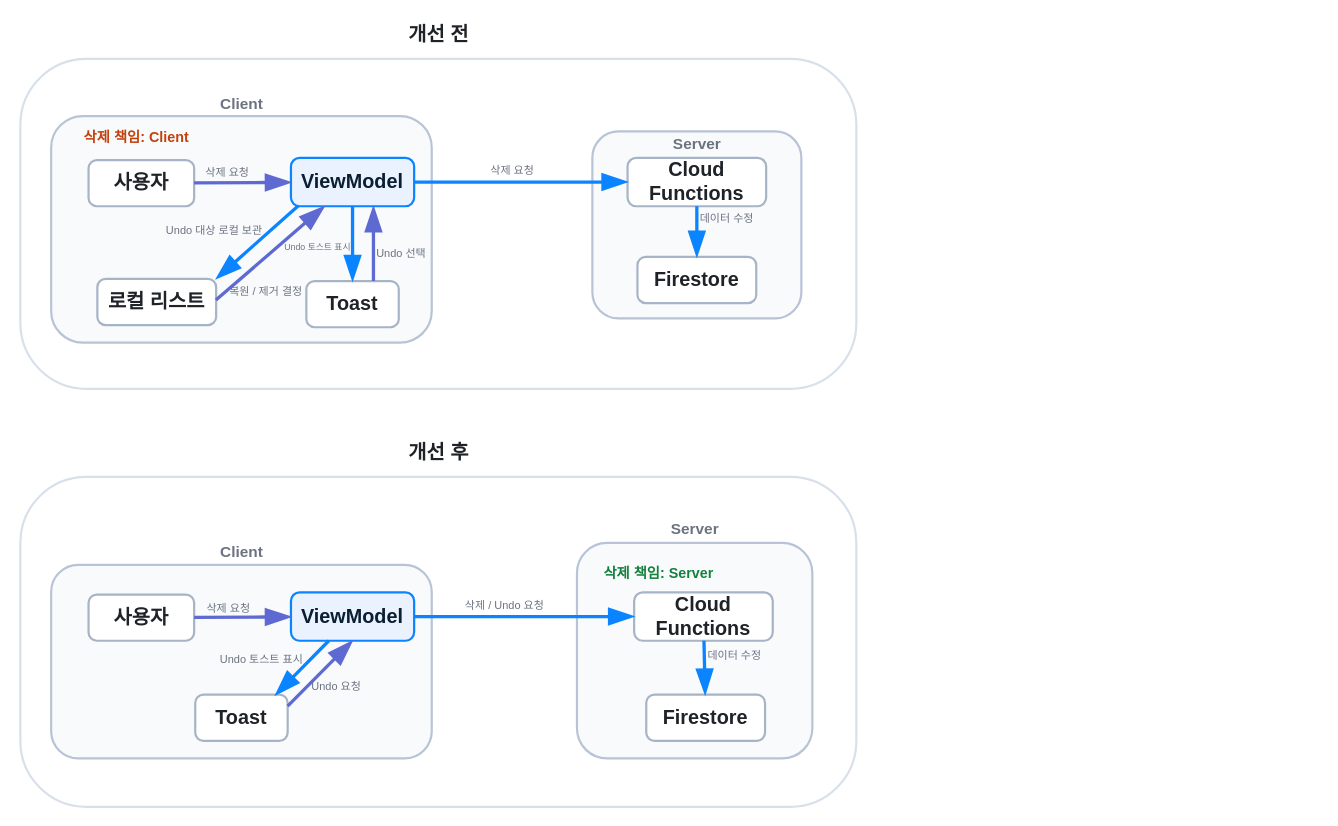
Before: page "Delete Undo Flow" (2 of 7) of docs/DevLog.drawio in opficdev/DevLog_iOS, a draw.io diagram. Source tidied: cells renumbered, new cells numbered last; positions are measured from the earlier drawing's top-left corner, leaving out a move shared by most shapes. Both pictures are drawn from the tidied source at 110%, with x=0, y=0 at pixel (20, 19).
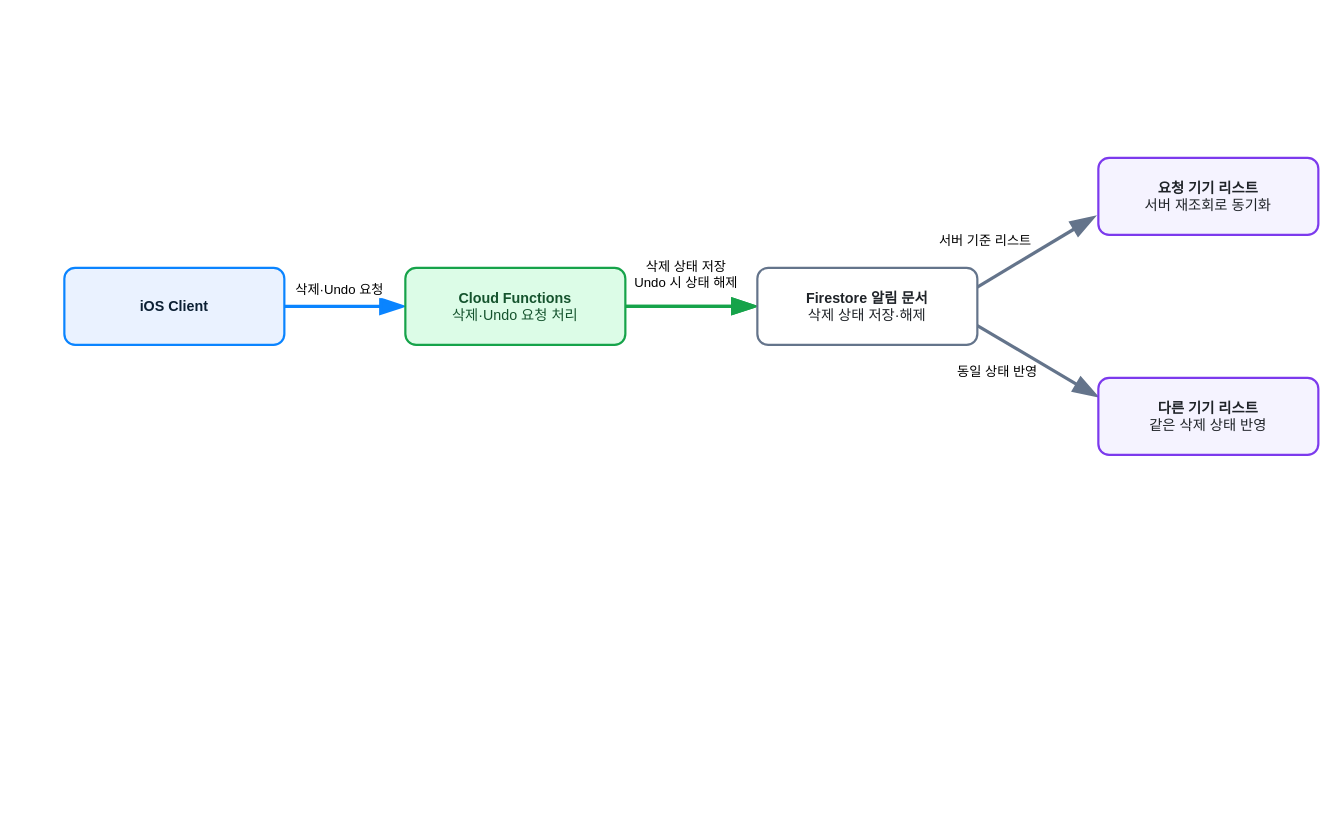
The same diagram, later.

Change to the diagram source:
```diff
@@
-<mxGraphModel>
+<mxGraphModel background="#ffffff">
@@
-    <mxCell id="2" value="개선 전" style="text;html=1;strokeColor=none;fillColor=none;align=center;verticalAlign=middle;fontSize=18;fontStyle=1;fontColor=#1F2328;" parent="1" vertex="1">
-      <mxGeometry x="320" width="120" height="28" as="geometry" />
-    </mxCell>
-    <mxCell id="3" style="rounded=1;arcSize=20;whiteSpace=wrap;html=1;fillColor=#FFFFFF;strokeColor=#D8E0EA;strokeWidth=2;" parent="1" vertex="1">
-      <mxGeometry y="36" width="760" height="300" as="geometry" />
-    </mxCell>
-    <mxCell id="4" style="rounded=1;arcSize=14;whiteSpace=wrap;html=1;fillColor=#F8FAFC;strokeColor=#B8C4D6;strokeWidth=2;" parent="1" vertex="1">
-      <mxGeometry x="28" y="88" width="346" height="206" as="geometry" />
-    </mxCell>
-    <mxCell id="5" style="rounded=1;arcSize=14;whiteSpace=wrap;html=1;fillColor=#F8FAFC;strokeColor=#B8C4D6;strokeWidth=2;" parent="1" vertex="1">
-      <mxGeometry x="520" y="102" width="190" height="170" as="geometry" />
-    </mxCell>
-    <mxCell id="6" value="Client" style="text;html=1;strokeColor=none;fillColor=none;align=center;verticalAlign=middle;fontSize=14;fontStyle=1;fontColor=#6B7280;" parent="1" vertex="1">
-      <mxGeometry x="161" y="66" width="80" height="22" as="geometry" />
-    </mxCell>
-    <mxCell id="7" value="Server" style="text;html=1;strokeColor=none;fillColor=none;align=center;verticalAlign=middle;fontSize=14;fontStyle=1;fontColor=#6B7280;" parent="1" vertex="1">
-      <mxGeometry x="575" y="102" width="80" height="22" as="geometry" />
-    </mxCell>
-    <mxCell id="8" value="삭제 책임: Client" style="text;html=1;strokeColor=none;fillColor=none;align=left;verticalAlign=middle;fontSize=13;fontStyle=1;fontColor=#C2410C;" parent="1" vertex="1">
-      <mxGeometry x="56" y="96" width="120" height="22" as="geometry" />
-    </mxCell>
-    <mxCell id="9" value="사용자" style="rounded=1;arcSize=18;whiteSpace=wrap;html=1;fillColor=#FFFFFF;strokeColor=#A7B4C6;strokeWidth=2;fontColor=#1F2328;fontStyle=1;fontSize=18;" parent="1" vertex="1">
-      <mxGeometry x="62" y="128" width="96" height="42" as="geometry" />
-    </mxCell>
-    <mxCell id="10" value="ViewModel" style="rounded=1;arcSize=18;whiteSpace=wrap;html=1;fillColor=#EAF2FF;strokeColor=#0A84FF;strokeWidth=2;fontColor=#0B1F33;fontStyle=1;fontSize=18;" parent="1" vertex="1">
-      <mxGeometry x="246" y="126" width="112" height="44" as="geometry" />
-    </mxCell>
-    <mxCell id="11" value="Toast" style="rounded=1;arcSize=18;whiteSpace=wrap;html=1;fillColor=#FFFFFF;strokeColor=#A7B4C6;strokeWidth=2;fontColor=#1F2328;fontStyle=1;fontSize=18;" parent="1" vertex="1">
-      <mxGeometry x="260" y="238" width="84" height="42" as="geometry" />
-    </mxCell>
-    <mxCell id="12" value="로컬 리스트" style="rounded=1;arcSize=18;whiteSpace=wrap;html=1;fillColor=#FFFFFF;strokeColor=#A7B4C6;strokeWidth=2;fontColor=#1F2328;fontStyle=1;fontSize=18;" parent="1" vertex="1">
-      <mxGeometry x="70" y="236" width="108" height="42" as="geometry" />
-    </mxCell>
-    <mxCell id="13" value="Cloud Functions" style="rounded=1;arcSize=18;whiteSpace=wrap;html=1;fillColor=#FFFFFF;strokeColor=#A7B4C6;strokeWidth=2;fontColor=#1F2328;fontStyle=1;fontSize=18;" parent="1" vertex="1">
-      <mxGeometry x="552" y="126" width="126" height="44" as="geometry" />
-    </mxCell>
-    <mxCell id="14" value="Firestore" style="rounded=1;arcSize=18;whiteSpace=wrap;html=1;fillColor=#FFFFFF;strokeColor=#A7B4C6;strokeWidth=2;fontColor=#1F2328;fontStyle=1;fontSize=18;" parent="1" vertex="1">
-      <mxGeometry x="561" y="216" width="108" height="42" as="geometry" />
-    </mxCell>
-    <mxCell id="15" value="삭제 요청" style="text;html=1;strokeColor=none;fillColor=none;align=center;verticalAlign=middle;fontSize=10;fontColor=#6B7280;" parent="1" vertex="1">
-      <mxGeometry x="147" y="128" width="82" height="22" as="geometry" />
-    </mxCell>
-    <mxCell id="16" value="Undo 토스트 표시" style="text;html=1;strokeColor=none;fillColor=none;align=center;verticalAlign=middle;fontSize=8;fontColor=#6B7280;" parent="1" vertex="1">
-      <mxGeometry x="218" y="196" width="104" height="22" as="geometry" />
-    </mxCell>
-    <mxCell id="17" value="Undo 대상 로컬 보관" style="text;html=1;strokeColor=none;fillColor=none;align=center;verticalAlign=middle;fontSize=10;fontColor=#6B7280;" parent="1" vertex="1">
-      <mxGeometry x="134" y="181" width="84" height="22" as="geometry" />
-    </mxCell>
-    <mxCell id="18" value="Undo 선택" style="text;html=1;strokeColor=none;fillColor=none;align=center;verticalAlign=middle;fontSize=10;fontColor=#6B7280;" parent="1" vertex="1">
-      <mxGeometry x="305" y="202" width="82" height="22" as="geometry" />
-    </mxCell>
-    <mxCell id="19" value="복원 / 제거 결정" style="text;html=1;strokeColor=none;fillColor=none;align=center;verticalAlign=middle;fontSize=10;fontColor=#6B7280;" parent="1" vertex="1">
-      <mxGeometry x="164" y="236" width="118" height="22" as="geometry" />
-    </mxCell>
-    <mxCell id="20" value="삭제 요청" style="text;html=1;strokeColor=none;fillColor=none;align=center;verticalAlign=middle;fontSize=10;fontColor=#6B7280;" parent="1" vertex="1">
-      <mxGeometry x="397" y="126" width="100" height="22" as="geometry" />
-    </mxCell>
-    <mxCell id="21" value="데이터 수정" style="text;html=1;strokeColor=none;fillColor=none;align=center;verticalAlign=middle;fontSize=10;fontColor=#6B7280;" parent="1" vertex="1">
-      <mxGeometry x="609" y="170" width="66" height="22" as="geometry" />
-    </mxCell>
-    <mxCell id="22" style="endArrow=blockThin;endFill=1;endSize=16;html=1;rounded=1;strokeColor=#5E6AD2;strokeWidth=3;" parent="1" edge="1" source="9" target="10">
-      <mxGeometry relative="1" as="geometry" />
-    </mxCell>
-    <mxCell id="23" style="endArrow=blockThin;endFill=1;endSize=16;html=1;rounded=1;strokeColor=#0A84FF;strokeWidth=3;" parent="1" edge="1" source="10" target="11">
-      <mxGeometry relative="1" as="geometry" />
-    </mxCell>
-    <mxCell id="24" style="endArrow=blockThin;endFill=1;endSize=16;html=1;rounded=1;strokeColor=#0A84FF;strokeWidth=3;exitX=0.06;exitY=0.988;exitDx=0;exitDy=0;exitPerimeter=0;entryX=1;entryY=0;entryDx=0;entryDy=0;" parent="1" edge="1" source="10" target="12">
-      <mxGeometry relative="1" as="geometry" />
-    </mxCell>
-    <mxCell id="25" style="endArrow=blockThin;endFill=1;endSize=16;html=1;rounded=1;strokeColor=#5E6AD2;strokeWidth=3;" parent="1" edge="1">
-      <mxGeometry relative="1" as="geometry">
-        <mxPoint x="321" y="238" as="sourcePoint" />
-        <mxPoint x="321" y="170" as="targetPoint" />
-      </mxGeometry>
-    </mxCell>
-    <mxCell id="26" style="curved=1;endArrow=blockThin;endFill=1;endSize=16;html=1;rounded=1;strokeColor=#5E6AD2;strokeWidth=3;exitX=0.998;exitY=0.46;exitDx=0;exitDy=0;exitPerimeter=0;" parent="1" edge="1" source="12" target="10">
-      <mxGeometry relative="1" as="geometry" />
-    </mxCell>
-    <mxCell id="27" style="endArrow=blockThin;endFill=1;endSize=16;html=1;rounded=1;strokeColor=#0A84FF;strokeWidth=3;" parent="1" edge="1" source="10" target="13">
-      <mxGeometry relative="1" as="geometry" />
-    </mxCell>
-    <mxCell id="28" style="endArrow=blockThin;endFill=1;endSize=16;html=1;rounded=1;strokeColor=#0A84FF;strokeWidth=3;" parent="1" edge="1" source="13" target="14">
-      <mxGeometry relative="1" as="geometry" />
-    </mxCell>
-    <mxCell id="29" value="개선 후" style="text;html=1;strokeColor=none;fillColor=none;align=center;verticalAlign=middle;fontSize=18;fontStyle=1;fontColor=#1F2328;" parent="1" vertex="1">
-      <mxGeometry x="325" y="380" width="110" height="28" as="geometry" />
-    </mxCell>
-    <mxCell id="30" style="rounded=1;arcSize=20;whiteSpace=wrap;html=1;fillColor=#FFFFFF;strokeColor=#D8E0EA;strokeWidth=2;" parent="1" vertex="1">
-      <mxGeometry y="416" width="760" height="300" as="geometry" />
-    </mxCell>
-    <mxCell id="31" style="rounded=1;arcSize=14;whiteSpace=wrap;html=1;fillColor=#F8FAFC;strokeColor=#B8C4D6;strokeWidth=2;" parent="1" vertex="1">
-      <mxGeometry x="28" y="496" width="346" height="176" as="geometry" />
-    </mxCell>
-    <mxCell id="32" style="rounded=1;arcSize=14;whiteSpace=wrap;html=1;fillColor=#F8FAFC;strokeColor=#B8C4D6;strokeWidth=2;" parent="1" vertex="1">
-      <mxGeometry x="506" y="476" width="214" height="196" as="geometry" />
-    </mxCell>
-    <mxCell id="33" value="Client" style="text;html=1;strokeColor=none;fillColor=none;align=center;verticalAlign=middle;fontSize=14;fontStyle=1;fontColor=#6B7280;" parent="1" vertex="1">
-      <mxGeometry x="161" y="473" width="80" height="22" as="geometry" />
-    </mxCell>
-    <mxCell id="34" value="Server" style="text;html=1;strokeColor=none;fillColor=none;align=center;verticalAlign=middle;fontSize=14;fontStyle=1;fontColor=#6B7280;" parent="1" vertex="1">
-      <mxGeometry x="573" y="452" width="80" height="22" as="geometry" />
-    </mxCell>
-    <mxCell id="35" value="삭제 책임: Server" style="text;html=1;strokeColor=none;fillColor=none;align=center;verticalAlign=middle;fontSize=13;fontStyle=1;fontColor=#15803D;" parent="1" vertex="1">
-      <mxGeometry x="520" y="492" width="120" height="22" as="geometry" />
-    </mxCell>
-    <mxCell id="36" value="사용자" style="rounded=1;arcSize=18;whiteSpace=wrap;html=1;fillColor=#FFFFFF;strokeColor=#A7B4C6;strokeWidth=2;fontColor=#1F2328;fontStyle=1;fontSize=18;" parent="1" vertex="1">
-      <mxGeometry x="62" y="523" width="96" height="42" as="geometry" />
-    </mxCell>
-    <mxCell id="37" value="ViewModel" style="rounded=1;arcSize=18;whiteSpace=wrap;html=1;fillColor=#EAF2FF;strokeColor=#0A84FF;strokeWidth=2;fontColor=#0B1F33;fontStyle=1;fontSize=18;" parent="1" vertex="1">
-      <mxGeometry x="246" y="521" width="112" height="44" as="geometry" />
-    </mxCell>
-    <mxCell id="38" value="Toast" style="rounded=1;arcSize=18;whiteSpace=wrap;html=1;fillColor=#FFFFFF;strokeColor=#A7B4C6;strokeWidth=2;fontColor=#1F2328;fontStyle=1;fontSize=18;" parent="1" vertex="1">
-      <mxGeometry x="159" y="614" width="84" height="42" as="geometry" />
-    </mxCell>
-    <mxCell id="39" value="Cloud Functions" style="rounded=1;arcSize=18;whiteSpace=wrap;html=1;fillColor=#FFFFFF;strokeColor=#A7B4C6;strokeWidth=2;fontColor=#1F2328;fontStyle=1;fontSize=18;" parent="1" vertex="1">
-      <mxGeometry x="558" y="521" width="126" height="44" as="geometry" />
-    </mxCell>
-    <mxCell id="40" value="Firestore" style="rounded=1;arcSize=18;whiteSpace=wrap;html=1;fillColor=#FFFFFF;strokeColor=#A7B4C6;strokeWidth=2;fontColor=#1F2328;fontStyle=1;fontSize=18;" parent="1" vertex="1">
-      <mxGeometry x="569" y="614" width="108" height="42" as="geometry" />
-    </mxCell>
-    <mxCell id="41" value="삭제 요청" style="text;html=1;strokeColor=none;fillColor=none;align=center;verticalAlign=middle;fontSize=10;fontColor=#6B7280;" parent="1" vertex="1">
-      <mxGeometry x="148" y="524" width="82" height="22" as="geometry" />
-    </mxCell>
-    <mxCell id="42" value="Undo 토스트 표시" style="text;html=1;strokeColor=none;fillColor=none;align=center;verticalAlign=middle;fontSize=10;fontColor=#6B7280;" parent="1" vertex="1">
-      <mxGeometry x="167" y="571" width="104" height="22" as="geometry" />
-    </mxCell>
-    <mxCell id="43" value="Undo 요청" style="text;html=1;strokeColor=none;fillColor=none;align=center;verticalAlign=middle;fontSize=10;fontColor=#6B7280;" parent="1" vertex="1">
-      <mxGeometry x="246" y="595" width="82" height="22" as="geometry" />
-    </mxCell>
-    <mxCell id="44" value="삭제 / Undo 요청" style="text;html=1;strokeColor=none;fillColor=none;align=center;verticalAlign=middle;fontSize=10;fontColor=#6B7280;" parent="1" vertex="1">
-      <mxGeometry x="390" y="522" width="100" height="22" as="geometry" />
-    </mxCell>
-    <mxCell id="45" value="데이터 수정" style="text;html=1;strokeColor=none;fillColor=none;align=center;verticalAlign=middle;fontSize=10;fontColor=#6B7280;" parent="1" vertex="1">
-      <mxGeometry x="575" y="567" width="148" height="22" as="geometry" />
-    </mxCell>
-    <mxCell id="46" style="endArrow=blockThin;endFill=1;endSize=16;html=1;rounded=1;strokeColor=#5E6AD2;strokeWidth=3;" parent="1" edge="1" source="36" target="37">
-      <mxGeometry relative="1" as="geometry" />
-    </mxCell>
-    <mxCell id="47" style="endArrow=blockThin;endFill=1;endSize=16;html=1;rounded=1;strokeColor=#0A84FF;strokeWidth=3;entryX=0.866;entryY=0.013;entryDx=0;entryDy=0;entryPerimeter=0;" parent="1" edge="1" source="37" target="38">
-      <mxGeometry relative="1" as="geometry" />
-    </mxCell>
-    <mxCell id="48" style="endArrow=blockThin;endFill=1;endSize=16;html=1;rounded=1;strokeColor=#5E6AD2;strokeWidth=3;entryX=0.5;entryY=1;entryDx=0;entryDy=0;exitX=1;exitY=0.25;exitDx=0;exitDy=0;" parent="1" edge="1" source="38" target="37">
-      <mxGeometry relative="1" as="geometry" />
-    </mxCell>
-    <mxCell id="49" style="endArrow=blockThin;endFill=1;endSize=16;html=1;rounded=1;strokeColor=#0A84FF;strokeWidth=3;" parent="1" edge="1" source="37" target="39">
-      <mxGeometry relative="1" as="geometry" />
-    </mxCell>
-    <mxCell id="50" style="endArrow=blockThin;endFill=1;endSize=16;html=1;rounded=1;strokeColor=#0A84FF;strokeWidth=3;" parent="1" edge="1" source="39" target="40">
-      <mxGeometry relative="1" as="geometry" />
-    </mxCell>
+    <mxCell id="51" value="&lt;b&gt;iOS Client&lt;/b&gt;" style="rounded=1;arcSize=14;whiteSpace=wrap;html=1;fillColor=#EAF2FF;strokeColor=#0A84FF;strokeWidth=2;fontColor=#0B1F33;fontSize=13;align=center;" parent="1" vertex="1">
+      <mxGeometry x="40" y="226" width="200" height="70" as="geometry" />
+    </mxCell>
+    <mxCell id="52" value="삭제·Undo 요청" style="endArrow=blockThin;endFill=1;endSize=16;html=1;rounded=1;strokeColor=#0A84FF;strokeWidth=3;labelBackgroundColor=#FFFFFF;fontSize=12;" parent="1" edge="1" source="51" target="57">
+      <mxGeometry x="-0.09" y="15" relative="1" as="geometry" />
+    </mxCell>
+    <mxCell id="53" value="삭제 상태 저장&lt;div&gt;Undo 시 상태 해제&lt;/div&gt;" style="endArrow=blockThin;endFill=1;endSize=16;html=1;rounded=1;strokeColor=#16A34A;strokeWidth=3;labelBackgroundColor=#FFFFFF;fontSize=12;" parent="1" edge="1" source="57" target="58">
+      <mxGeometry x="-0.09" y="29" relative="1" as="geometry" />
+    </mxCell>
+    <mxCell id="54" style="endArrow=blockThin;endFill=1;endSize=16;html=1;rounded=1;strokeColor=#16A34A;strokeWidth=3;labelBackgroundColor=#FFFFFF;fontSize=12;entryX=0;entryY=0.5;entryDx=0;entryDy=0;" parent="1" edge="1" source="57" target="58">
+      <mxGeometry x="0.09" y="9" relative="1" as="geometry" />
+    </mxCell>
+    <mxCell id="55" value="서버 기준 리스트" style="endArrow=blockThin;endFill=1;endSize=16;html=1;rounded=1;strokeColor=#64748B;strokeWidth=3;labelBackgroundColor=#FFFFFF;fontSize=12;exitX=1;exitY=0.25;exitDx=0;exitDy=0;entryX=-0.012;entryY=0.756;entryDx=0;entryDy=0;entryPerimeter=0;" parent="1" edge="1" source="58" target="59">
+      <mxGeometry x="-0.57" y="32" relative="1" as="geometry" />
+    </mxCell>
+    <mxCell id="56" value="동일 상태 반영" style="endArrow=blockThin;endFill=1;endSize=16;html=1;rounded=1;strokeColor=#64748B;strokeWidth=3;labelBackgroundColor=#FFFFFF;fontSize=12;exitX=1;exitY=0.75;exitDx=0;exitDy=0;entryX=0;entryY=0.25;entryDx=0;entryDy=0;" parent="1" edge="1" source="58" target="60">
+      <mxGeometry x="-0.42" y="-28" relative="1" as="geometry" />
+    </mxCell>
+    <mxCell id="57" value="&lt;b&gt;Cloud Functions&lt;/b&gt;&lt;br&gt;&lt;span style=&quot;font-weight: normal;&quot;&gt;삭제·Undo 요청 처리&lt;/span&gt;" style="rounded=1;arcSize=14;whiteSpace=wrap;html=1;fillColor=#DCFCE7;strokeColor=#16A34A;strokeWidth=2;fontColor=#14532D;fontSize=13;align=center;" parent="1" vertex="1">
+      <mxGeometry x="350" y="226" width="200" height="70" as="geometry" />
+    </mxCell>
+    <mxCell id="58" value="&lt;b&gt;Firestore 알림 문서&lt;/b&gt;&lt;br&gt;&lt;span style=&quot;font-weight: normal;&quot;&gt;삭제 상태 저장·해제&lt;/span&gt;" style="rounded=1;arcSize=14;whiteSpace=wrap;html=1;fillColor=#FFFFFF;strokeColor=#64748B;strokeWidth=2;fontColor=#1F2328;fontSize=13;align=center;" parent="1" vertex="1">
+      <mxGeometry x="670" y="226" width="200" height="70" as="geometry" />
+    </mxCell>
+    <mxCell id="59" value="&lt;b&gt;요청 기기 리스트&lt;/b&gt;&lt;br&gt;&lt;span style=&quot;font-weight: normal;&quot;&gt;서버 재조회로 동기화&lt;/span&gt;" style="rounded=1;arcSize=14;whiteSpace=wrap;html=1;fillColor=#F5F3FF;strokeColor=#7C3AED;strokeWidth=2;fontColor=#1F2328;fontSize=13;align=center;" parent="1" vertex="1">
+      <mxGeometry x="980" y="126" width="200" height="70" as="geometry" />
+    </mxCell>
+    <mxCell id="60" value="&lt;b&gt;다른 기기 리스트&lt;/b&gt;&lt;br&gt;&lt;span style=&quot;font-weight: normal;&quot;&gt;같은 삭제 상태 반영&lt;/span&gt;" style="rounded=1;arcSize=14;whiteSpace=wrap;html=1;fillColor=#F5F3FF;strokeColor=#7C3AED;strokeWidth=2;fontColor=#1F2328;fontSize=13;align=center;" parent="1" vertex="1">
+      <mxGeometry x="980" y="326" width="200" height="70" as="geometry" />
+    </mxCell>
```
